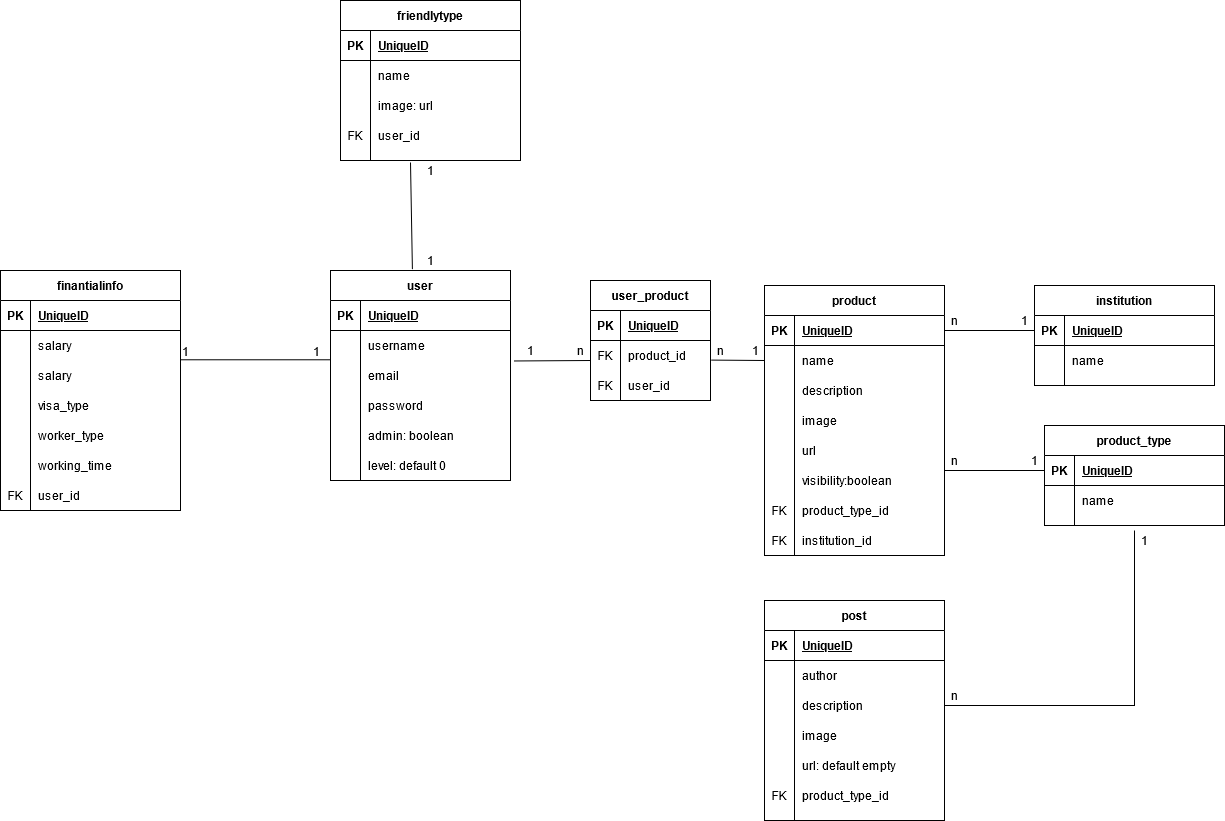
This is bancaWEB.png from gilibethvega/banca_web, a draw.io export, as it was before one commit. Source tidied: cells renumbered, new cells last; positions are measured from the earlier drawing's top-left corner, leaving out a move shared by most shapes.
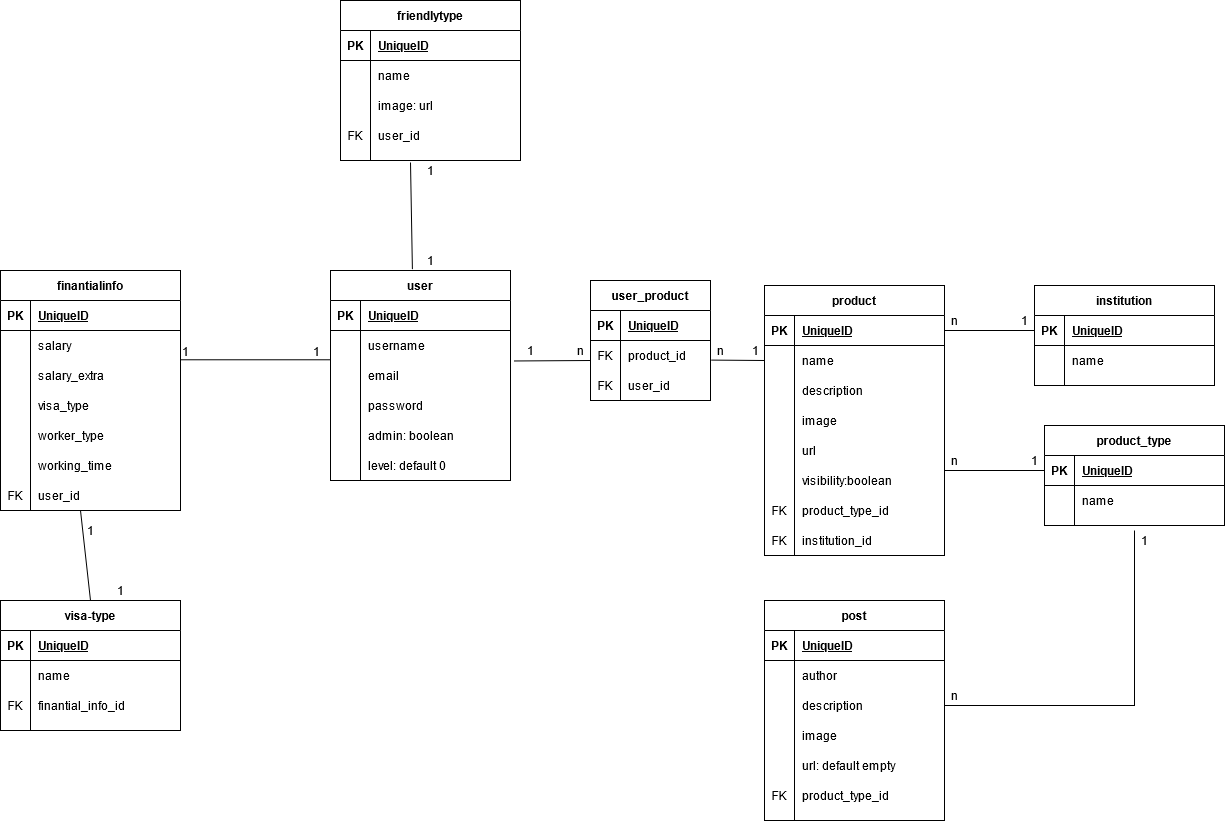
After the commit.

What changed in the source:
```diff
@@ -125,7 +125,7 @@
     <mxCell id="42" style="shape=partialRectangle;fillColor=none;top=0;left=0;bottom=0;right=0;overflow=hidden;" parent="41" vertex="1">
       <mxGeometry width="30" height="30" as="geometry" />
     </mxCell>
-    <mxCell id="43" value="salary" style="shape=partialRectangle;fillColor=none;top=0;left=0;bottom=0;right=0;align=left;spacingLeft=6;overflow=hidden;" parent="41" vertex="1">
+    <mxCell id="43" value="salary_extra" style="shape=partialRectangle;fillColor=none;top=0;left=0;bottom=0;right=0;align=left;spacingLeft=6;overflow=hidden;" parent="41" vertex="1">
       <mxGeometry x="30" width="150" height="30" as="geometry" />
     </mxCell>
     <mxCell id="44" style="shape=partialRectangle;fillColor=none;top=0;left=0;bottom=0;right=0;" parent="34" vertex="1">
@@ -444,5 +444,46 @@
     <mxCell id="144" value="1" style="text;html=1;align=center;verticalAlign=middle;strokeColor=none;" parent="1" vertex="1">
       <mxGeometry x="745" y="340" width="20" height="20" as="geometry" />
     </mxCell>
+    <mxCell id="145" value="visa-type" style="shape=table;startSize=30;rowLines=0;fontStyle=1;align=center;" parent="1" vertex="1">
+      <mxGeometry y="600" width="180" height="130" as="geometry" />
+    </mxCell>
+    <mxCell id="146" style="shape=partialRectangle;fillColor=none;top=0;left=0;bottom=1;right=0;" parent="145" vertex="1">
+      <mxGeometry y="30" width="180" height="30" as="geometry" />
+    </mxCell>
+    <mxCell id="147" value="PK" style="shape=partialRectangle;fillColor=none;top=0;left=0;bottom=0;right=0;fontStyle=1;overflow=hidden;" parent="146" vertex="1">
+      <mxGeometry width="30" height="30" as="geometry" />
+    </mxCell>
+    <mxCell id="148" value="UniqueID" style="shape=partialRectangle;fillColor=none;top=0;left=0;bottom=0;right=0;align=left;spacingLeft=6;fontStyle=5;overflow=hidden;" parent="146" vertex="1">
+      <mxGeometry x="30" width="150" height="30" as="geometry" />
+    </mxCell>
+    <mxCell id="149" style="shape=partialRectangle;fillColor=none;top=0;left=0;bottom=0;right=0;" parent="145" vertex="1">
+      <mxGeometry y="60" width="180" height="30" as="geometry" />
+    </mxCell>
+    <mxCell id="150" style="shape=partialRectangle;fillColor=none;top=0;left=0;bottom=0;right=0;overflow=hidden;" parent="149" vertex="1">
+      <mxGeometry width="30" height="30" as="geometry" />
+    </mxCell>
+    <mxCell id="151" value="name" style="shape=partialRectangle;fillColor=none;top=0;left=0;bottom=0;right=0;align=left;spacingLeft=6;overflow=hidden;" parent="149" vertex="1">
+      <mxGeometry x="30" width="150" height="30" as="geometry" />
+    </mxCell>
+    <mxCell id="152" style="shape=partialRectangle;fillColor=none;top=0;left=0;bottom=0;right=0;" parent="145" vertex="1">
+      <mxGeometry y="90" width="180" height="30" as="geometry" />
+    </mxCell>
+    <mxCell id="153" value="FK" style="shape=partialRectangle;fillColor=none;top=0;left=0;bottom=0;right=0;overflow=hidden;" parent="152" vertex="1">
+      <mxGeometry width="30" height="30" as="geometry" />
+    </mxCell>
+    <mxCell id="154" value="finantial_info_id" style="shape=partialRectangle;fillColor=none;top=0;left=0;bottom=0;right=0;align=left;spacingLeft=6;overflow=hidden;" parent="152" vertex="1">
+      <mxGeometry x="30" width="150" height="30" as="geometry" />
+    </mxCell>
+    <mxCell id="155" style="endArrow=none;html=1;rounded=0;entryX=0.5;entryY=0;entryDx=0;entryDy=0;" parent="1" edge="1" target="145">
+      <mxGeometry relative="1" as="geometry">
+        <mxPoint x="80" y="510" as="sourcePoint" />
+      </mxGeometry>
+    </mxCell>
+    <mxCell id="156" value="1" style="text;html=1;align=center;verticalAlign=middle;strokeColor=none;" parent="1" vertex="1">
+      <mxGeometry x="80" y="520" width="20" height="20" as="geometry" />
+    </mxCell>
+    <mxCell id="157" value="1" style="text;html=1;align=center;verticalAlign=middle;strokeColor=none;" parent="1" vertex="1">
+      <mxGeometry x="110" y="580" width="20" height="20" as="geometry" />
+    </mxCell>
   </root>
 </mxGraphModel>
```
